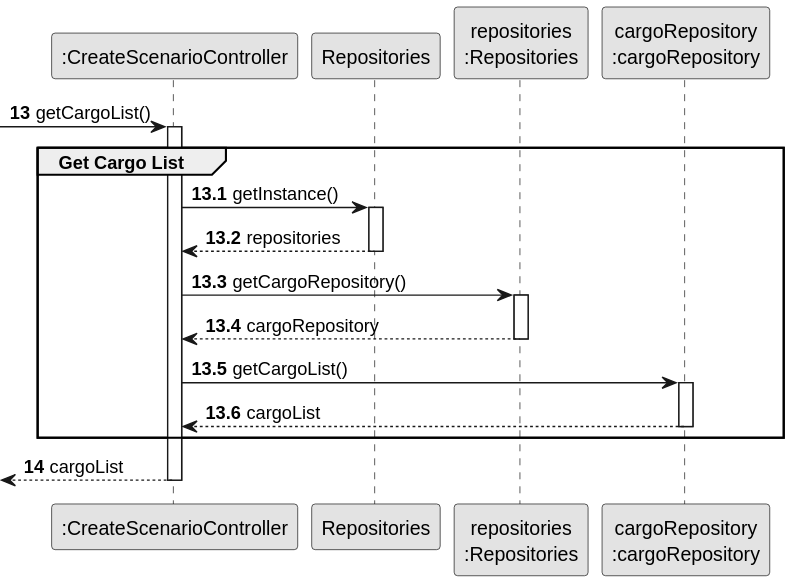
Above: docs/system-documentation/Sprint 2/US04/03.design/svg/US04-SD-partial-get-cargo-list.svg in HenriqueSilva18/Railway-Network-Simulator (PlantUML), before the change. The source it was exported from:
```plantuml
@startuml
skinparam monochrome true
skinparam packageStyle rectangle
skinparam shadowing false

participant ":CreateScenarioController" as CTRL
participant "Repositories" as REPOS
participant "repositories\n:Repositories" as REPOS_SINGLETON
participant "cargoRepository\n:cargoRepository" as CARGO_REPO

autonumber 13
-> CTRL : getCargoList()

autonumber 13.1
activate CTRL
    group Get Cargo List
        CTRL -> REPOS : getInstance()
        activate REPOS
            REPOS --> CTRL: repositories
        deactivate REPOS

        CTRL -> REPOS_SINGLETON : getCargoRepository()
        activate REPOS_SINGLETON
            REPOS_SINGLETON --> CTRL: cargoRepository
        deactivate REPOS_SINGLETON

        CTRL -> CARGO_REPO : getCargoList()
        activate CARGO_REPO
            CARGO_REPO --> CTRL : cargoList
        deactivate CARGO_REPO
    end

    autonumber 14
    <-- CTRL : cargoList
deactivate CTRL
@enduml
```
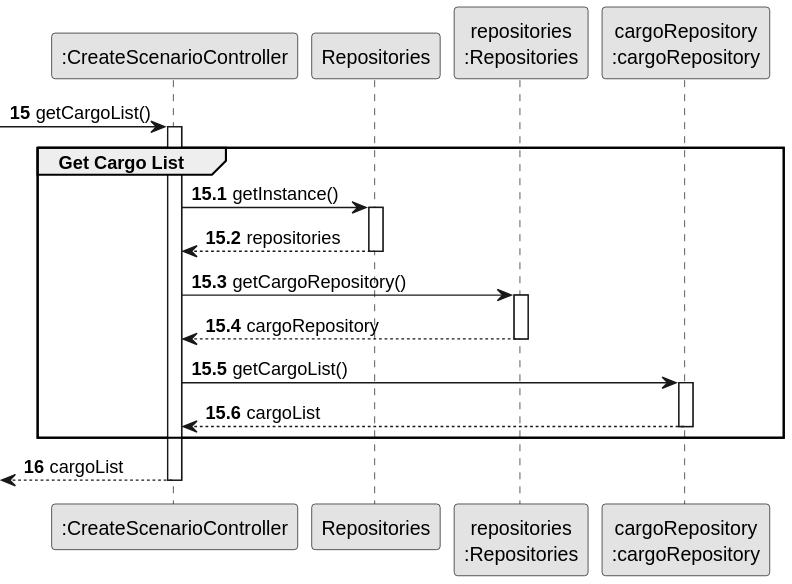
After the commit.

Change to the diagram source:
```diff
@@ -8,10 +8,10 @@
 participant "repositories\n:Repositories" as REPOS_SINGLETON
 participant "cargoRepository\n:cargoRepository" as CARGO_REPO
 
-autonumber 13
+autonumber 15
 -> CTRL : getCargoList()
 
-autonumber 13.1
+autonumber 15.1
 activate CTRL
     group Get Cargo List
         CTRL -> REPOS : getInstance()
@@ -30,7 +30,7 @@
         deactivate CARGO_REPO
     end
 
-    autonumber 14
+    autonumber 16
     <-- CTRL : cargoList
 deactivate CTRL
 @enduml
```
